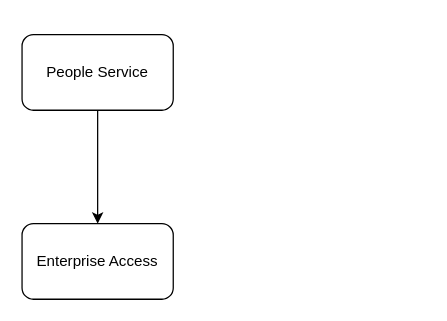
Earlier version of the draw.io diagram page "Architecture" (1 of 4) of Drawings/Microservices/Whitelist/WhitelistService.drawio (RMSLowside/rmslow). Source tidied: cells renumbered, new cells numbered last; positions are measured from the earlier drawing's top-left corner, leaving out a move shared by most shapes. Both pictures are drawn from the tidied source at 126%, with x=0, y=0 at pixel (21, 34).
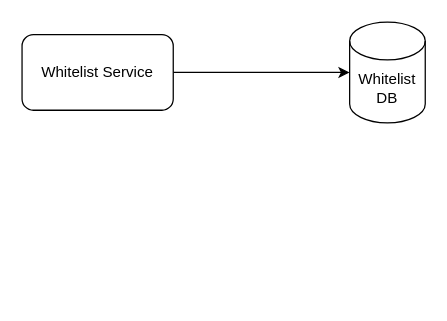
Above is the later version.

The edit, as a diff of the source:
```diff
@@
 <mxGraphModel>
   <root>
     <mxCell id="0" />
     <mxCell id="1" parent="0" />
-    <mxCell id="2" style="edgeStyle=orthogonalEdgeStyle;rounded=0;jettySize=auto;html=1;exitX=0.5;exitY=1;exitDx=0;exitDy=0;entryX=0.5;entryY=0;entryDx=0;entryDy=0;" parent="1" edge="1" source="3" target="4">
-      <mxGeometry relative="1" as="geometry" />
-    </mxCell>
+    <mxCell id="5" style="edgeStyle=orthogonalEdgeStyle;rounded=0;jettySize=auto;html=1;exitX=1;exitY=0.5;exitDx=0;exitDy=0;entryX=0;entryY=0.5;entryDx=0;entryDy=0;entryPerimeter=0;" parent="1" edge="1" source="3" target="6">
+      <mxGeometry relative="1" as="geometry" />
+    </mxCell>
-    <mxCell id="3" value="People Service" style="whiteSpace=wrap;html=1;rounded=1;" parent="1" vertex="1">
+    <mxCell id="3" value="Whitelist Service" style="whiteSpace=wrap;html=1;rounded=1;" parent="1" vertex="1">
       <mxGeometry width="120" height="60" as="geometry" />
     </mxCell>
-    <mxCell id="4" value="Enterprise Access" style="whiteSpace=wrap;html=1;rounded=1;" parent="1" vertex="1">
-      <mxGeometry y="150" width="120" height="60" as="geometry" />
-    </mxCell>
+    <mxCell id="6" value="Whitelist&lt;br&gt;DB" style="shape=cylinder3;whiteSpace=wrap;html=1;boundedLbl=1;backgroundOutline=1;size=15;" parent="1" vertex="1">
+      <mxGeometry x="260" y="-10" width="60" height="80" as="geometry" />
+    </mxCell>
   </root>
 </mxGraphModel>
```
